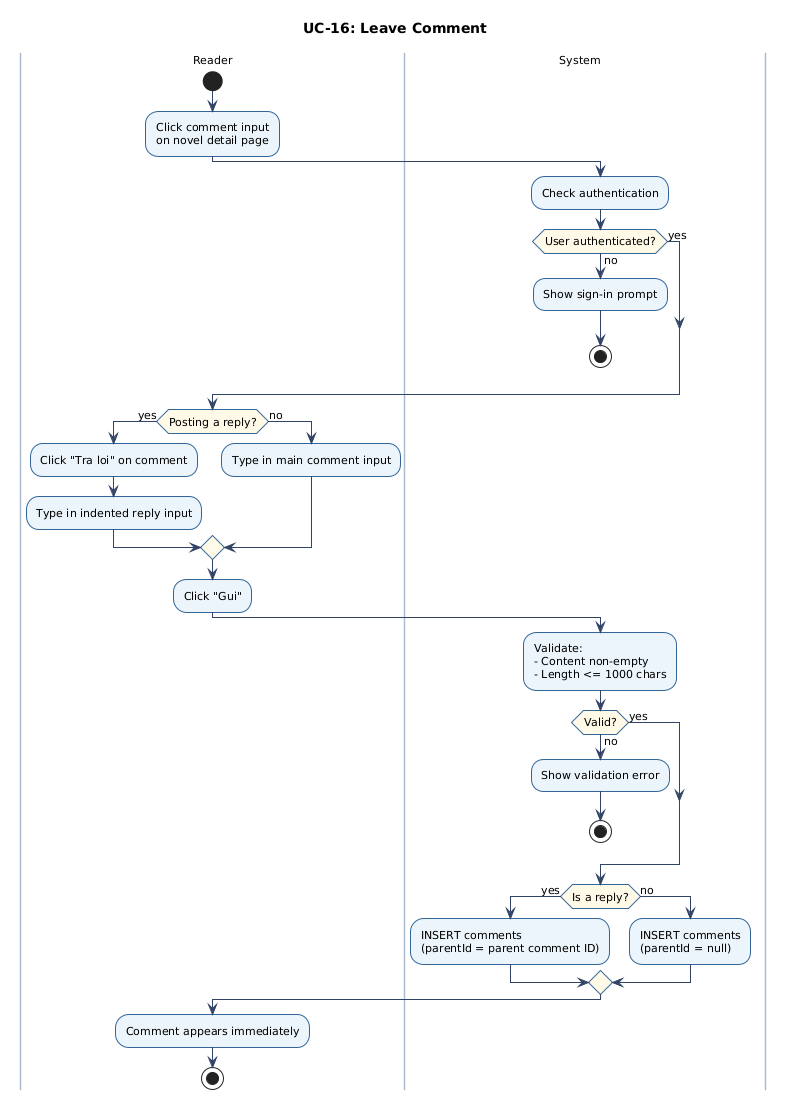
The PlantUML diagram docs/figures/uc-16-activity.png in chinhbmt122/Software-Architecture, before a commit.
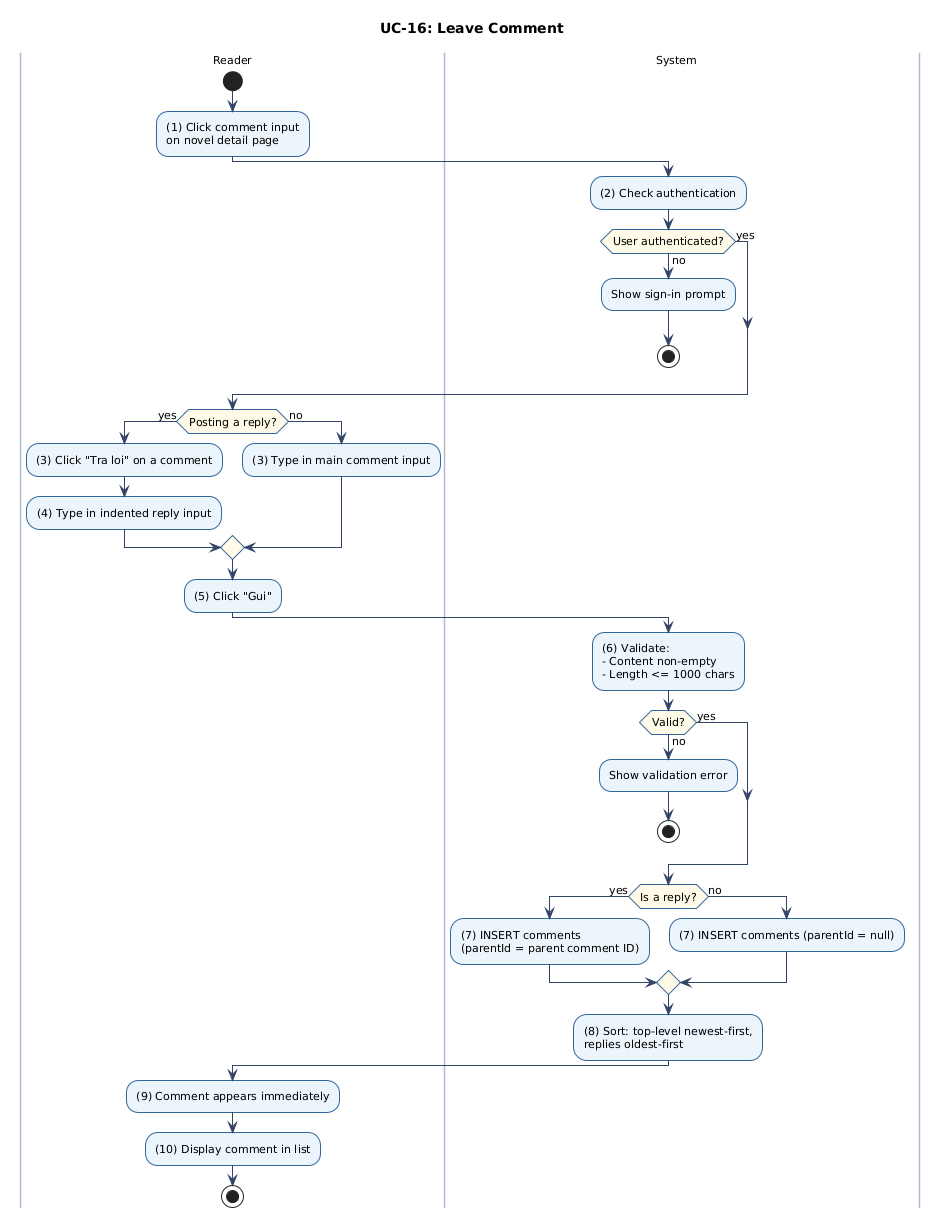
Above is the later version.

What changed in the source:
```diff
@@ -15,9 +15,9 @@
 title UC-16: Leave Comment
 |Reader|
 start
-:Click comment input\non novel detail page;
+:(1) Click comment input\non novel detail page;
 |System|
-:Check authentication;
+:(2) Check authentication;
 if (User authenticated?) then (no)
   :Show sign-in prompt;
   stop
@@ -25,25 +25,27 @@
 endif
 |Reader|
 if (Posting a reply?) then (yes)
-  :Click "Tra loi" on comment;
-  :Type in indented reply input;
+  :(3) Click "Tra loi" on a comment;
+  :(4) Type in indented reply input;
 else (no)
-  :Type in main comment input;
+  :(3) Type in main comment input;
 endif
-:Click "Gui";
+:(5) Click "Gui";
 |System|
-:Validate:\n- Content non-empty\n- Length <= 1000 chars;
+:(6) Validate:\n- Content non-empty\n- Length <= 1000 chars;
 if (Valid?) then (no)
   :Show validation error;
   stop
 else (yes)
 endif
 if (Is a reply?) then (yes)
-  :INSERT comments\n(parentId = parent comment ID);
+  :(7) INSERT comments\n(parentId = parent comment ID);
 else (no)
-  :INSERT comments\n(parentId = null);
+  :(7) INSERT comments (parentId = null);
 endif
+:(8) Sort: top-level newest-first,\nreplies oldest-first;
 |Reader|
-:Comment appears immediately;
+:(9) Comment appears immediately;
+:(10) Display comment in list;
 stop
 @enduml
```
